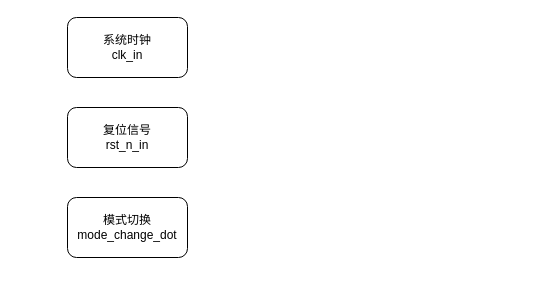
This is 未命名绘图.drawio from bbrlbt/amazon-braket-examples, a draw.io file, before an edit. Source tidied: cells renumbered, new cells numbered last; positions are measured from the earlier drawing's top-left corner, leaving out a move shared by most shapes. Both pictures are drawn from the tidied source at 100%, with x=0, y=0 at pixel (67, 17).
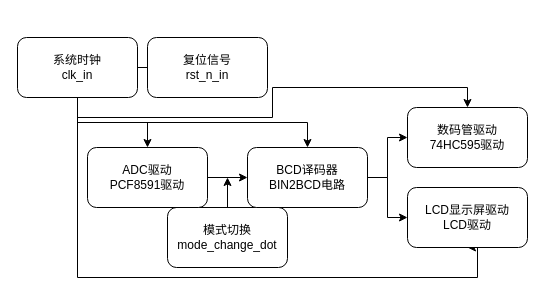
The same diagram, later.

Commit message (it also covers changes not shown here):
更新未命名绘图.drawio

Change to the diagram source:
```diff
@@
+    <mxCell id="5" style="edgeStyle=orthogonalEdgeStyle;rounded=0;jettySize=auto;html=1;exitX=0.5;exitY=1;exitDx=0;exitDy=0;entryX=0.5;entryY=0;entryDx=0;entryDy=0;" parent="1" edge="1" source="2" target="11">
+      <mxGeometry relative="1" as="geometry" />
+    </mxCell>
+    <mxCell id="6" style="edgeStyle=orthogonalEdgeStyle;rounded=0;jettySize=auto;html=1;exitX=0.5;exitY=1;exitDx=0;exitDy=0;" parent="1" edge="1" source="2" target="16">
+      <mxGeometry relative="1" as="geometry" />
+    </mxCell>
+    <mxCell id="7" style="edgeStyle=orthogonalEdgeStyle;rounded=0;jettySize=auto;html=1;exitX=0.5;exitY=1;exitDx=0;exitDy=0;entryX=0.5;entryY=0;entryDx=0;entryDy=0;" parent="1" edge="1" source="2" target="12">
+      <mxGeometry relative="1" as="geometry" />
+    </mxCell>
+    <mxCell id="8" style="edgeStyle=orthogonalEdgeStyle;rounded=0;jettySize=auto;html=1;exitX=0.5;exitY=1;exitDx=0;exitDy=0;entryX=0.5;entryY=1;entryDx=0;entryDy=0;" parent="1" edge="1" source="2" target="13">
+      <mxGeometry relative="1" as="geometry">
+        <Array as="points">
+          <mxPoint x="10" y="260" />
+          <mxPoint x="410" y="260" />
+        </Array>
+      </mxGeometry>
+    </mxCell>
     <mxCell id="2" value="系统时钟&lt;br&gt;clk_in" style="rounded=1;whiteSpace=wrap;html=1;" parent="1" vertex="1">
-      <mxGeometry width="120" height="60" as="geometry" />
+      <mxGeometry x="-50" y="20" width="120" height="60" as="geometry" />
     </mxCell>
     <mxCell id="3" value="复位信号&lt;br&gt;rst_n_in" style="rounded=1;whiteSpace=wrap;html=1;" parent="1" vertex="1">
-      <mxGeometry y="90" width="120" height="60" as="geometry" />
+      <mxGeometry x="80" y="20" width="120" height="60" as="geometry" />
     </mxCell>
+    <mxCell id="9" style="edgeStyle=orthogonalEdgeStyle;rounded=0;jettySize=auto;html=1;exitX=0.5;exitY=0;exitDx=0;exitDy=0;" parent="1" edge="1" source="4">
+      <mxGeometry relative="1" as="geometry">
+        <mxPoint x="160" y="160" as="targetPoint" />
+      </mxGeometry>
+    </mxCell>
     <mxCell id="4" value="模式切换&lt;br&gt;mode_change_dot" style="rounded=1;whiteSpace=wrap;html=1;" parent="1" vertex="1">
-      <mxGeometry y="180" width="120" height="60" as="geometry" />
+      <mxGeometry x="100" y="190" width="120" height="60" as="geometry" />
     </mxCell>
+    <mxCell id="10" style="edgeStyle=orthogonalEdgeStyle;rounded=0;jettySize=auto;html=1;exitX=1;exitY=0.5;exitDx=0;exitDy=0;" parent="1" edge="1" source="11" target="16">
+      <mxGeometry relative="1" as="geometry" />
+    </mxCell>
+    <mxCell id="11" value="ADC驱动&lt;br&gt;PCF8591驱动" style="rounded=1;whiteSpace=wrap;html=1;" parent="1" vertex="1">
+      <mxGeometry x="20" y="130" width="120" height="60" as="geometry" />
+    </mxCell>
+    <mxCell id="12" value="数码管驱动&lt;br&gt;74HC595驱动" style="rounded=1;whiteSpace=wrap;html=1;" parent="1" vertex="1">
+      <mxGeometry x="340" y="90" width="120" height="60" as="geometry" />
+    </mxCell>
+    <mxCell id="13" value="LCD显示屏驱动&lt;br&gt;LCD驱动" style="rounded=1;whiteSpace=wrap;html=1;" parent="1" vertex="1">
+      <mxGeometry x="340" y="170" width="120" height="60" as="geometry" />
+    </mxCell>
+    <mxCell id="14" style="edgeStyle=orthogonalEdgeStyle;rounded=0;jettySize=auto;html=1;exitX=1;exitY=0.5;exitDx=0;exitDy=0;entryX=0;entryY=0.5;entryDx=0;entryDy=0;" parent="1" edge="1" source="16" target="12">
+      <mxGeometry relative="1" as="geometry" />
+    </mxCell>
+    <mxCell id="15" style="edgeStyle=orthogonalEdgeStyle;rounded=0;jettySize=auto;html=1;exitX=1;exitY=0.5;exitDx=0;exitDy=0;entryX=0;entryY=0.5;entryDx=0;entryDy=0;" parent="1" edge="1" source="16" target="13">
+      <mxGeometry relative="1" as="geometry" />
+    </mxCell>
+    <mxCell id="16" value="BCD译码器&lt;br&gt;BIN2BCD电路" style="rounded=1;whiteSpace=wrap;html=1;" parent="1" vertex="1">
+      <mxGeometry x="180" y="130" width="120" height="60" as="geometry" />
+    </mxCell>
+    <mxCell id="17" style="endArrow=none;html=1;rounded=0;exitX=1;exitY=0.5;exitDx=0;exitDy=0;entryX=0;entryY=0.5;entryDx=0;entryDy=0;" parent="1" edge="1" source="2" target="3">
+      <mxGeometry relative="1" as="geometry" />
+    </mxCell>
```
